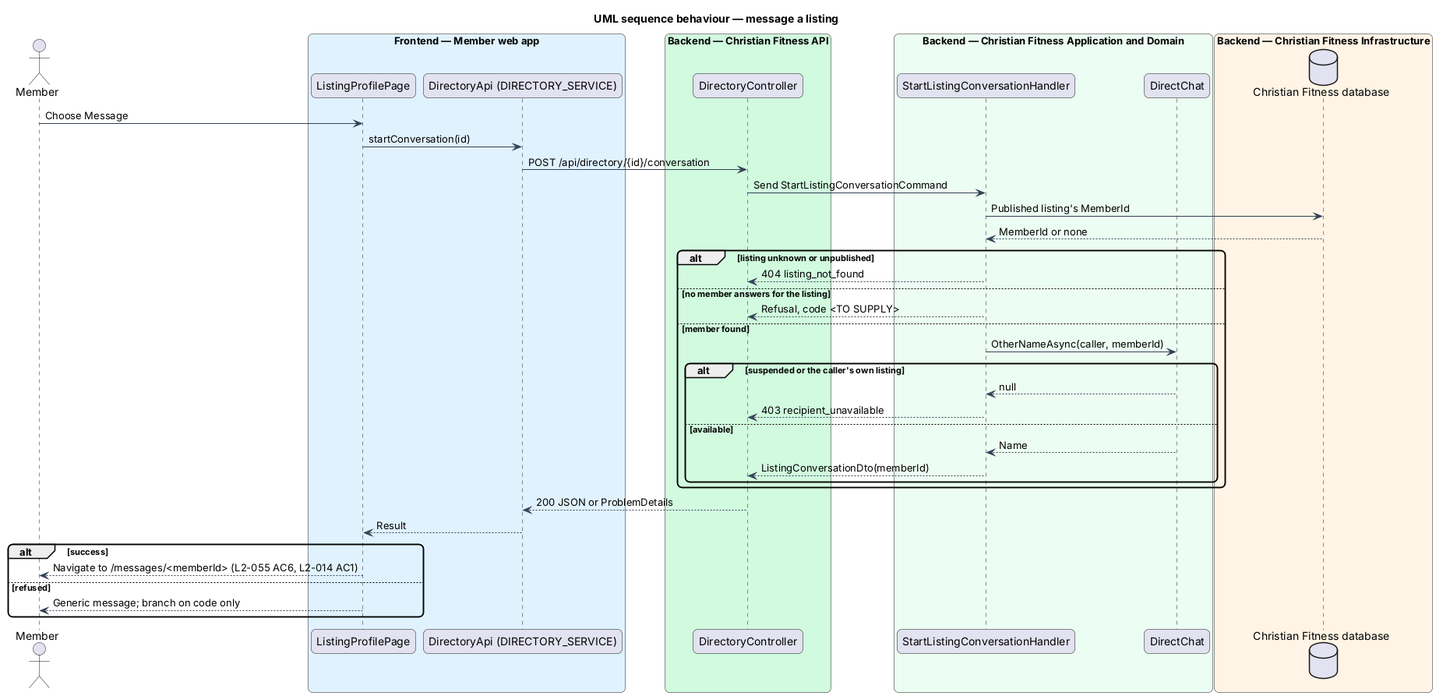
The PlantUML diagram docs/detailed-designs/directory/view-listing-profile/diagrams/sequence-message.png in QuinntyneBrown/christian-fitness, before a commit. Its source is kept beside it as docs/detailed-designs/directory/view-listing-profile/diagrams/sequence-message.puml. The source it was exported from:
```plantuml
@startuml
title UML sequence behaviour — message a listing
skinparam backgroundColor #FFFFFF
skinparam shadowing false
skinparam roundcorner 12
skinparam defaultFontName Arial
skinparam ArrowColor #344054
actor "Member" as actor
box "Frontend — Member web app" #E0F2FE
  participant "ListingProfilePage" as page
  participant "DirectoryApi (DIRECTORY_SERVICE)" as client
end box
box "Backend — Christian Fitness API" #D1FADF
  participant "DirectoryController" as ctrl
end box
box "Backend — Christian Fitness Application and Domain" #ECFDF3
  participant "StartListingConversationHandler" as h
  participant "DirectChat" as chat
end box
box "Backend — Christian Fitness Infrastructure" #FFF4E5
  database "Christian Fitness database" as db
end box
actor -> page : Choose Message
page -> client : startConversation(id)
client -> ctrl : POST /api/directory/{id}/conversation
ctrl -> h : Send StartListingConversationCommand
h -> db : Published listing's MemberId
db --> h : MemberId or none
alt listing unknown or unpublished
  h --> ctrl : 404 listing_not_found
else no member answers for the listing
  h --> ctrl : Refusal, code <TO SUPPLY>
else member found
  h -> chat : OtherNameAsync(caller, memberId)
  alt suspended or the caller's own listing
    chat --> h : null
    h --> ctrl : 403 recipient_unavailable
  else available
    chat --> h : Name
    h --> ctrl : ListingConversationDto(memberId)
  end
end
ctrl --> client : 200 JSON or ProblemDetails
client --> page : Result
alt success
  page --> actor : Navigate to /messages/<memberId> (L2-055 AC6, L2-014 AC1)
else refused
  page --> actor : Generic message; branch on code only
end
@enduml
```
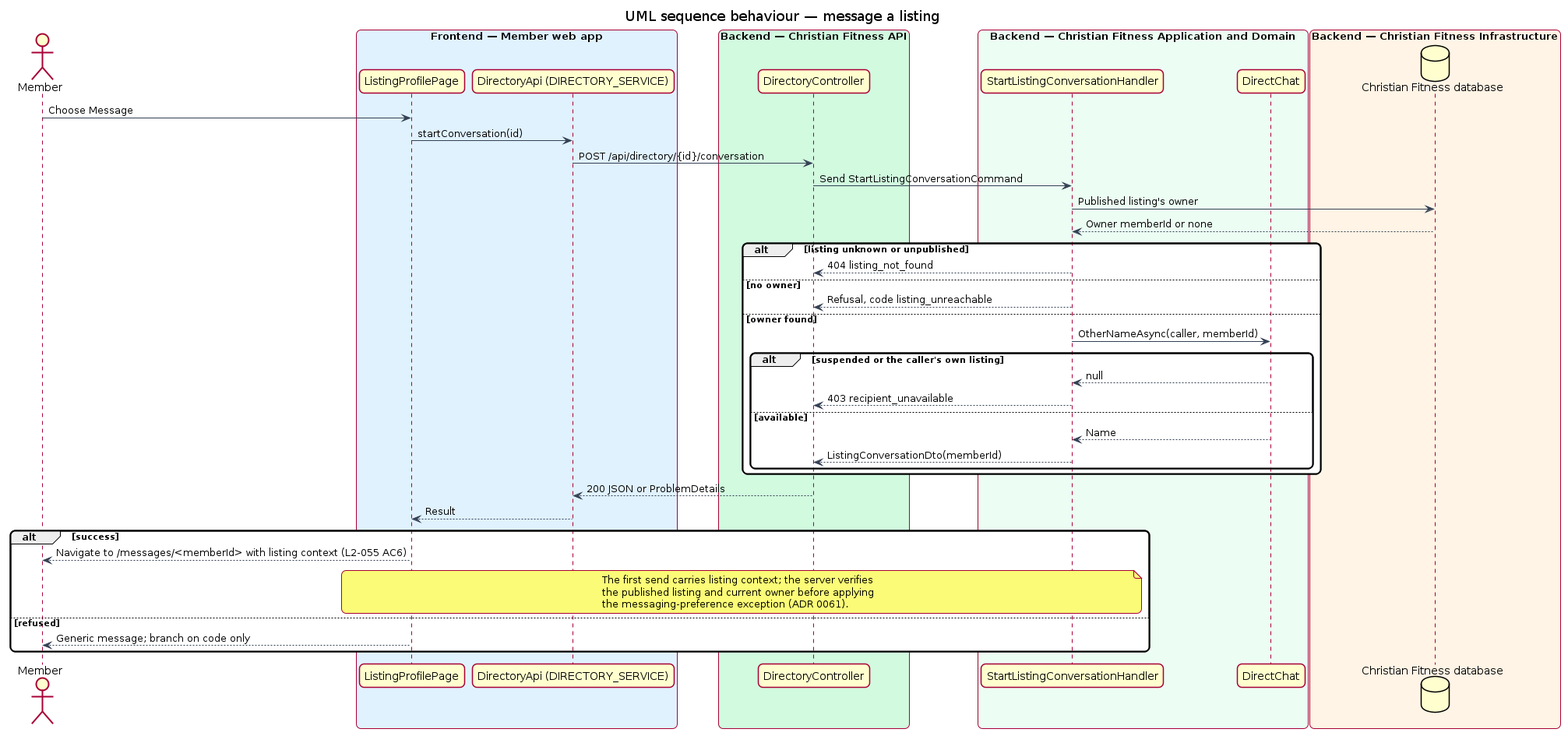
The same file after the commit.

The edit, as a diff of the source:
```diff
@@ -24,13 +24,13 @@
 page -> client : startConversation(id)
 client -> ctrl : POST /api/directory/{id}/conversation
 ctrl -> h : Send StartListingConversationCommand
-h -> db : Published listing's MemberId
-db --> h : MemberId or none
+h -> db : Published listing's owner
+db --> h : Owner memberId or none
 alt listing unknown or unpublished
   h --> ctrl : 404 listing_not_found
-else no member answers for the listing
-  h --> ctrl : Refusal, code <TO SUPPLY>
-else member found
+else no owner
+  h --> ctrl : Refusal, code listing_unreachable
+else owner found
   h -> chat : OtherNameAsync(caller, memberId)
   alt suspended or the caller's own listing
     chat --> h : null
@@ -43,7 +43,12 @@
 ctrl --> client : 200 JSON or ProblemDetails
 client --> page : Result
 alt success
-  page --> actor : Navigate to /messages/<memberId> (L2-055 AC6, L2-014 AC1)
+  page --> actor : Navigate to /messages/<memberId> with listing context (L2-055 AC6)
+  note over page, h
+    The first send carries listing context; the server verifies
+    the published listing and current owner before applying
+    the messaging-preference exception (ADR 0061).
+  end note
 else refused
   page --> actor : Generic message; branch on code only
 end
```
